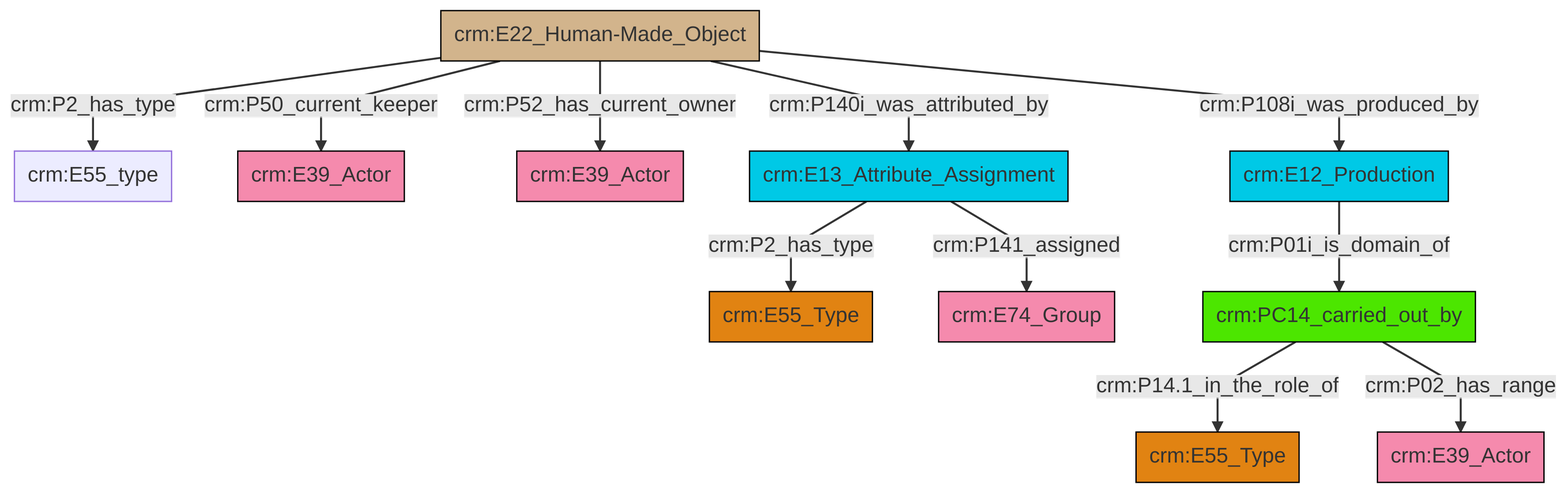
Before: et/artworkCSV/ttl/mmd/png/Artwork_Actor_Relations.png, a diagram exported from Mermaid (swiss-art-research-net/docs.swissartresearch). Its source is kept beside it as et/artworkCSV/ttl/mmd/Artwork_Actor_Relations.ttl.mmd.
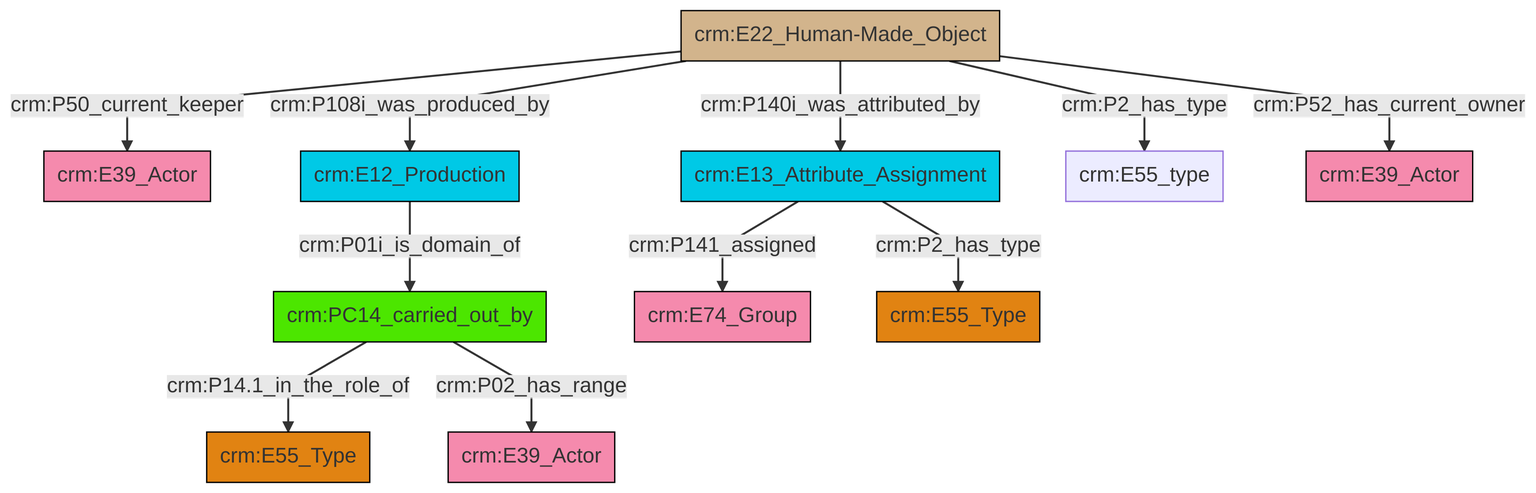
Above is the later version.

The edit, as a diff of the source:
```diff
@@ -13,13 +13,13 @@
 classDef PC_Classes fill:#4ce600, stroke:#000000;
 classDef Multi fill:#cccccc,stroke:#000000;
 
-6["crm:E22_Human-Made_Object"]:::Physical_Thing -->|crm:P140i_was_attributed_by| 7["crm:E13_Attribute_Assignment"]:::Temporal_Entity
-6["crm:E22_Human-Made_Object"]:::Physical_Thing -->|crm:P2_has_type| 0["crm:E55_type"]:::Default
-7["crm:E13_Attribute_Assignment"]:::Temporal_Entity -->|crm:P141_assigned| 10["crm:E74_Group"]:::Actor
-11["crm:PC14_carried_out_by"]:::PC_Classes -->|crm:P14.1_in_the_role_of| 12["crm:E55_Type"]:::Type
-6["crm:E22_Human-Made_Object"]:::Physical_Thing -->|crm:P52_has_current_owner| 4["crm:E39_Actor"]:::Actor
-13["crm:E12_Production"]:::Temporal_Entity -->|crm:P01i_is_domain_of| 11["crm:PC14_carried_out_by"]:::PC_Classes
-7["crm:E13_Attribute_Assignment"]:::Temporal_Entity -->|crm:P2_has_type| 8["crm:E55_Type"]:::Type
-11["crm:PC14_carried_out_by"]:::PC_Classes -->|crm:P02_has_range| 17["crm:E39_Actor"]:::Actor
-6["crm:E22_Human-Made_Object"]:::Physical_Thing -->|crm:P108i_was_produced_by| 13["crm:E12_Production"]:::Temporal_Entity
-6["crm:E22_Human-Made_Object"]:::Physical_Thing -->|crm:P50_current_keeper| 2["crm:E39_Actor"]:::Actor
+0["crm:PC14_carried_out_by"]:::PC_Classes -->|crm:P14.1_in_the_role_of| 1["crm:E55_Type"]:::Type
+4["crm:E13_Attribute_Assignment"]:::Temporal_Entity -->|crm:P141_assigned| 5["crm:E74_Group"]:::Actor
+0["crm:PC14_carried_out_by"]:::PC_Classes -->|crm:P02_has_range| 6["crm:E39_Actor"]:::Actor
+8["crm:E12_Production"]:::Temporal_Entity -->|crm:P01i_is_domain_of| 0["crm:PC14_carried_out_by"]:::PC_Classes
+9["crm:E22_Human-Made_Object"]:::Physical_Thing -->|crm:P108i_was_produced_by| 8["crm:E12_Production"]:::Temporal_Entity
+9["crm:E22_Human-Made_Object"]:::Physical_Thing -->|crm:P2_has_type| 11["crm:E55_type"]:::Default
+9["crm:E22_Human-Made_Object"]:::Physical_Thing -->|crm:P140i_was_attributed_by| 4["crm:E13_Attribute_Assignment"]:::Temporal_Entity
+4["crm:E13_Attribute_Assignment"]:::Temporal_Entity -->|crm:P2_has_type| 13["crm:E55_Type"]:::Type
+9["crm:E22_Human-Made_Object"]:::Physical_Thing -->|crm:P52_has_current_owner| 16["crm:E39_Actor"]:::Actor
+9["crm:E22_Human-Made_Object"]:::Physical_Thing -->|crm:P50_current_keeper| 2["crm:E39_Actor"]:::Actor
```
